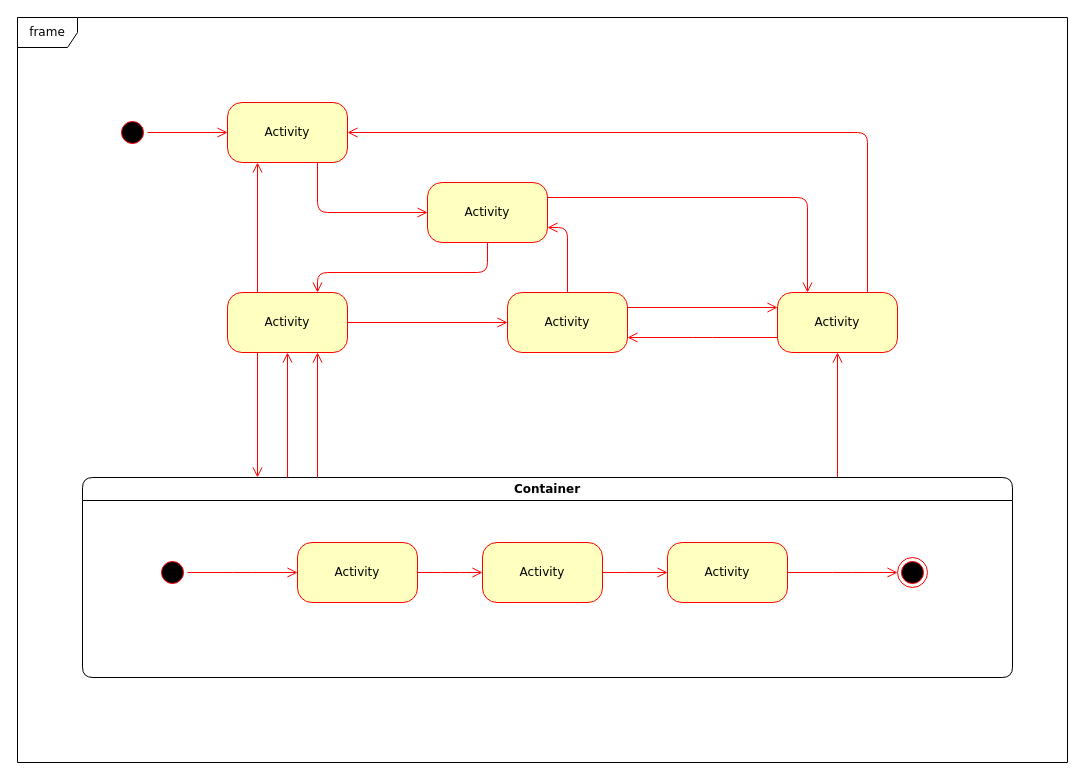
bskim617/JSP keeps this draw.io diagram as JBoard1/제목 없는 다이어그램.drawio. Above is the earlier version. Source tidied: cells renumbered, new cells numbered last; positions are measured from the earlier drawing's top-left corner, leaving out a move shared by most shapes. Both pictures are drawn from the tidied source at 100%, with x=0, y=0 at pixel (17, 17).
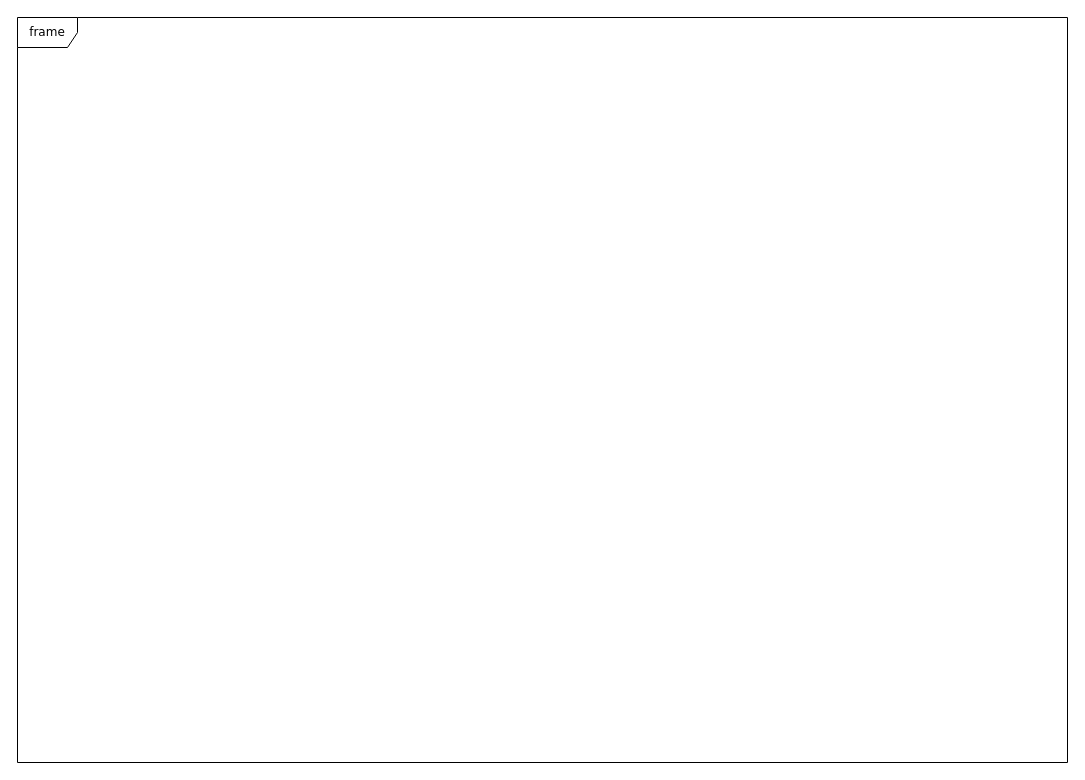
After the change.

Commit message:
게시판 서비스.drawio

Diff of the diagram source:
```diff
@@
-    <mxCell id="2" style="ellipse;html=1;shape=startState;fillColor=#000000;strokeColor=#ff0000;rounded=1;shadow=0;comic=0;labelBackgroundColor=none;fontFamily=Verdana;fontSize=12;fontColor=#000000;align=center;direction=south;" parent="1" vertex="1">
-      <mxGeometry x="100" y="100" width="30" height="30" as="geometry" />
-    </mxCell>
-    <mxCell id="3" value="Activity" style="rounded=1;whiteSpace=wrap;html=1;arcSize=24;fillColor=#ffffc0;strokeColor=#ff0000;shadow=0;comic=0;labelBackgroundColor=none;fontFamily=Verdana;fontSize=12;fontColor=#000000;align=center;" parent="1" vertex="1">
-      <mxGeometry x="210" y="275" width="120" height="60" as="geometry" />
-    </mxCell>
-    <mxCell id="4" value="Activity" style="rounded=1;whiteSpace=wrap;html=1;arcSize=24;fillColor=#ffffc0;strokeColor=#ff0000;shadow=0;comic=0;labelBackgroundColor=none;fontFamily=Verdana;fontSize=12;fontColor=#000000;align=center;" parent="1" vertex="1">
-      <mxGeometry x="210" y="85" width="120" height="60" as="geometry" />
-    </mxCell>
-    <mxCell id="5" style="edgeStyle=orthogonalEdgeStyle;html=1;exitX=1;exitY=0.25;entryX=0.25;entryY=0;labelBackgroundColor=none;endArrow=open;endSize=8;strokeColor=#ff0000;fontFamily=Verdana;fontSize=12;align=left;" parent="1" edge="1" source="6" target="9">
-      <mxGeometry relative="1" as="geometry" />
-    </mxCell>
-    <mxCell id="6" value="Activity" style="rounded=1;whiteSpace=wrap;html=1;arcSize=24;fillColor=#ffffc0;strokeColor=#ff0000;shadow=0;comic=0;labelBackgroundColor=none;fontFamily=Verdana;fontSize=12;fontColor=#000000;align=center;" parent="1" vertex="1">
-      <mxGeometry x="410" y="165" width="120" height="60" as="geometry" />
-    </mxCell>
-    <mxCell id="7" style="edgeStyle=orthogonalEdgeStyle;html=1;exitX=0.75;exitY=0;entryX=1;entryY=0.5;labelBackgroundColor=none;endArrow=open;endSize=8;strokeColor=#ff0000;fontFamily=Verdana;fontSize=12;align=left;" parent="1" edge="1" source="9" target="4">
-      <mxGeometry relative="1" as="geometry">
-        <Array as="points">
-          <mxPoint x="850" y="115" />
-        </Array>
-      </mxGeometry>
-    </mxCell>
-    <mxCell id="8" style="edgeStyle=elbowEdgeStyle;html=1;exitX=0;exitY=0.75;entryX=1;entryY=0.75;labelBackgroundColor=none;endArrow=open;endSize=8;strokeColor=#ff0000;fontFamily=Verdana;fontSize=12;align=left;" parent="1" edge="1" source="9" target="10">
-      <mxGeometry relative="1" as="geometry" />
-    </mxCell>
-    <mxCell id="9" value="Activity" style="rounded=1;whiteSpace=wrap;html=1;arcSize=24;fillColor=#ffffc0;strokeColor=#ff0000;shadow=0;comic=0;labelBackgroundColor=none;fontFamily=Verdana;fontSize=12;fontColor=#000000;align=center;" parent="1" vertex="1">
-      <mxGeometry x="760" y="275" width="120" height="60" as="geometry" />
-    </mxCell>
-    <mxCell id="10" value="Activity" style="rounded=1;whiteSpace=wrap;html=1;arcSize=24;fillColor=#ffffc0;strokeColor=#ff0000;shadow=0;comic=0;labelBackgroundColor=none;fontFamily=Verdana;fontSize=12;fontColor=#000000;align=center;" parent="1" vertex="1">
-      <mxGeometry x="490" y="275" width="120" height="60" as="geometry" />
-    </mxCell>
-    <mxCell id="11" style="edgeStyle=elbowEdgeStyle;html=1;labelBackgroundColor=none;endArrow=open;endSize=8;strokeColor=#ff0000;fontFamily=Verdana;fontSize=12;align=left;" parent="1" edge="1" source="12" target="9">
-      <mxGeometry relative="1" as="geometry" />
-    </mxCell>
-    <mxCell id="12" value="Container" style="swimlane;whiteSpace=wrap;html=1;rounded=1;shadow=0;comic=0;labelBackgroundColor=none;strokeWidth=1;fontFamily=Verdana;fontSize=12;align=center;" parent="1" vertex="1">
-      <mxGeometry x="65" y="460" width="930" height="200" as="geometry" />
-    </mxCell>
-    <mxCell id="13" style="edgeStyle=elbowEdgeStyle;html=1;labelBackgroundColor=none;endArrow=open;endSize=8;strokeColor=#ff0000;fontFamily=Verdana;fontSize=12;align=left;" parent="12" edge="1" source="14" target="19">
-      <mxGeometry relative="1" as="geometry" />
-    </mxCell>
-    <mxCell id="14" value="Activity" style="rounded=1;whiteSpace=wrap;html=1;arcSize=24;fillColor=#ffffc0;strokeColor=#ff0000;shadow=0;comic=0;labelBackgroundColor=none;fontFamily=Verdana;fontSize=12;fontColor=#000000;align=center;" parent="12" vertex="1">
-      <mxGeometry x="215" y="65" width="120" height="60" as="geometry" />
-    </mxCell>
-    <mxCell id="15" style="ellipse;html=1;shape=endState;fillColor=#000000;strokeColor=#ff0000;rounded=1;shadow=0;comic=0;labelBackgroundColor=none;fontFamily=Verdana;fontSize=12;fontColor=#000000;align=center;" parent="12" vertex="1">
-      <mxGeometry x="815" y="80" width="30" height="30" as="geometry" />
-    </mxCell>
-    <mxCell id="16" style="edgeStyle=elbowEdgeStyle;html=1;labelBackgroundColor=none;endArrow=open;endSize=8;strokeColor=#ff0000;fontFamily=Verdana;fontSize=12;align=left;" parent="12" edge="1" source="17" target="14">
-      <mxGeometry relative="1" as="geometry" />
-    </mxCell>
-    <mxCell id="17" style="ellipse;html=1;shape=startState;fillColor=#000000;strokeColor=#ff0000;rounded=1;shadow=0;comic=0;labelBackgroundColor=none;fontFamily=Verdana;fontSize=12;fontColor=#000000;align=center;direction=south;" parent="12" vertex="1">
-      <mxGeometry x="75" y="80" width="30" height="30" as="geometry" />
-    </mxCell>
-    <mxCell id="18" style="edgeStyle=elbowEdgeStyle;html=1;labelBackgroundColor=none;endArrow=open;endSize=8;strokeColor=#ff0000;fontFamily=Verdana;fontSize=12;align=left;" parent="12" edge="1" source="19" target="21">
-      <mxGeometry relative="1" as="geometry" />
-    </mxCell>
-    <mxCell id="19" value="Activity" style="rounded=1;whiteSpace=wrap;html=1;arcSize=24;fillColor=#ffffc0;strokeColor=#ff0000;shadow=0;comic=0;labelBackgroundColor=none;fontFamily=Verdana;fontSize=12;fontColor=#000000;align=center;" parent="12" vertex="1">
-      <mxGeometry x="400" y="65" width="120" height="60" as="geometry" />
-    </mxCell>
-    <mxCell id="20" style="edgeStyle=elbowEdgeStyle;html=1;labelBackgroundColor=none;endArrow=open;endSize=8;strokeColor=#ff0000;fontFamily=Verdana;fontSize=12;align=left;" parent="12" edge="1" source="21" target="15">
-      <mxGeometry relative="1" as="geometry" />
-    </mxCell>
-    <mxCell id="21" value="Activity" style="rounded=1;whiteSpace=wrap;html=1;arcSize=24;fillColor=#ffffc0;strokeColor=#ff0000;shadow=0;comic=0;labelBackgroundColor=none;fontFamily=Verdana;fontSize=12;fontColor=#000000;align=center;" parent="12" vertex="1">
-      <mxGeometry x="585" y="65" width="120" height="60" as="geometry" />
-    </mxCell>
@@
-    <mxCell id="23" style="edgeStyle=orthogonalEdgeStyle;html=1;labelBackgroundColor=none;endArrow=open;endSize=8;strokeColor=#ff0000;fontFamily=Verdana;fontSize=12;align=left;" parent="1" edge="1" source="2" target="4">
-      <mxGeometry relative="1" as="geometry" />
-    </mxCell>
-    <mxCell id="24" style="edgeStyle=orthogonalEdgeStyle;html=1;labelBackgroundColor=none;endArrow=open;endSize=8;strokeColor=#ff0000;fontFamily=Verdana;fontSize=12;align=left;entryX=0;entryY=0.5;" parent="1" edge="1" source="4" target="6">
-      <mxGeometry relative="1" as="geometry">
-        <Array as="points">
-          <mxPoint x="300" y="195" />
-        </Array>
-      </mxGeometry>
-    </mxCell>
-    <mxCell id="25" style="edgeStyle=orthogonalEdgeStyle;html=1;entryX=0.75;entryY=0;labelBackgroundColor=none;endArrow=open;endSize=8;strokeColor=#ff0000;fontFamily=Verdana;fontSize=12;align=left;exitX=0.5;exitY=1;" parent="1" edge="1" source="6" target="3">
-      <mxGeometry relative="1" as="geometry">
-        <Array as="points">
-          <mxPoint x="470" y="255" />
-          <mxPoint x="300" y="255" />
-        </Array>
-      </mxGeometry>
-    </mxCell>
-    <mxCell id="26" style="edgeStyle=orthogonalEdgeStyle;html=1;exitX=0.25;exitY=0;entryX=0.25;entryY=1;labelBackgroundColor=none;endArrow=open;endSize=8;strokeColor=#ff0000;fontFamily=Verdana;fontSize=12;align=left;" parent="1" edge="1" source="3" target="4">
-      <mxGeometry relative="1" as="geometry" />
-    </mxCell>
-    <mxCell id="27" style="edgeStyle=orthogonalEdgeStyle;html=1;exitX=1;exitY=0.5;entryX=0;entryY=0.5;labelBackgroundColor=none;endArrow=open;endSize=8;strokeColor=#ff0000;fontFamily=Verdana;fontSize=12;align=left;" parent="1" edge="1" source="3" target="10">
-      <mxGeometry relative="1" as="geometry" />
-    </mxCell>
-    <mxCell id="28" style="edgeStyle=orthogonalEdgeStyle;html=1;exitX=0.5;exitY=0;entryX=1;entryY=0.75;labelBackgroundColor=none;endArrow=open;endSize=8;strokeColor=#ff0000;fontFamily=Verdana;fontSize=12;align=left;" parent="1" edge="1" source="10" target="6">
-      <mxGeometry relative="1" as="geometry" />
-    </mxCell>
-    <mxCell id="29" style="edgeStyle=orthogonalEdgeStyle;html=1;exitX=1;exitY=0.25;entryX=0;entryY=0.25;labelBackgroundColor=none;endArrow=open;endSize=8;strokeColor=#ff0000;fontFamily=Verdana;fontSize=12;align=left;" parent="1" edge="1" source="10" target="9">
-      <mxGeometry relative="1" as="geometry" />
-    </mxCell>
-    <mxCell id="30" style="edgeStyle=elbowEdgeStyle;html=1;labelBackgroundColor=none;endArrow=open;endSize=8;strokeColor=#ff0000;fontFamily=Verdana;fontSize=12;align=left;entryX=0.75;entryY=1;" parent="1" edge="1" source="12" target="3">
-      <mxGeometry relative="1" as="geometry" />
-    </mxCell>
-    <mxCell id="31" style="edgeStyle=elbowEdgeStyle;html=1;labelBackgroundColor=none;endArrow=open;endSize=8;strokeColor=#ff0000;fontFamily=Verdana;fontSize=12;align=left;entryX=0.5;entryY=1;" parent="1" edge="1" source="12" target="3">
-      <mxGeometry relative="1" as="geometry" />
-    </mxCell>
-    <mxCell id="32" style="edgeStyle=elbowEdgeStyle;html=1;labelBackgroundColor=none;endArrow=open;endSize=8;strokeColor=#ff0000;fontFamily=Verdana;fontSize=12;align=left;exitX=0.25;exitY=1;" parent="1" edge="1" source="3" target="12">
-      <mxGeometry relative="1" as="geometry" />
-    </mxCell>
```
